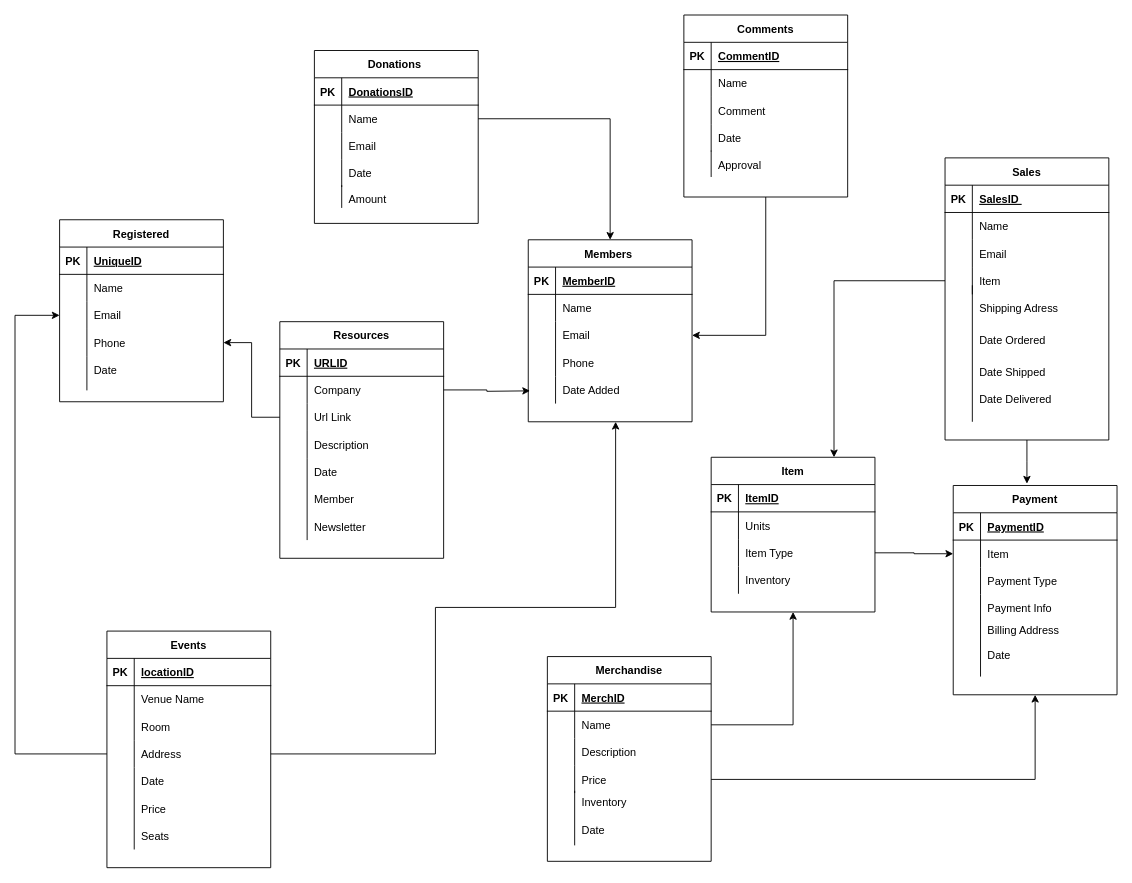
The draw.io diagram Climate Change Draft .drawio in SemharGezai/Database-, before the edit. Source tidied: cells renumbered, new cells numbered last; positions are measured from the earlier drawing's top-left corner, leaving out a move shared by most shapes. Both pictures are drawn from the tidied source at 91%, with x=0, y=0 at pixel (15, 15).
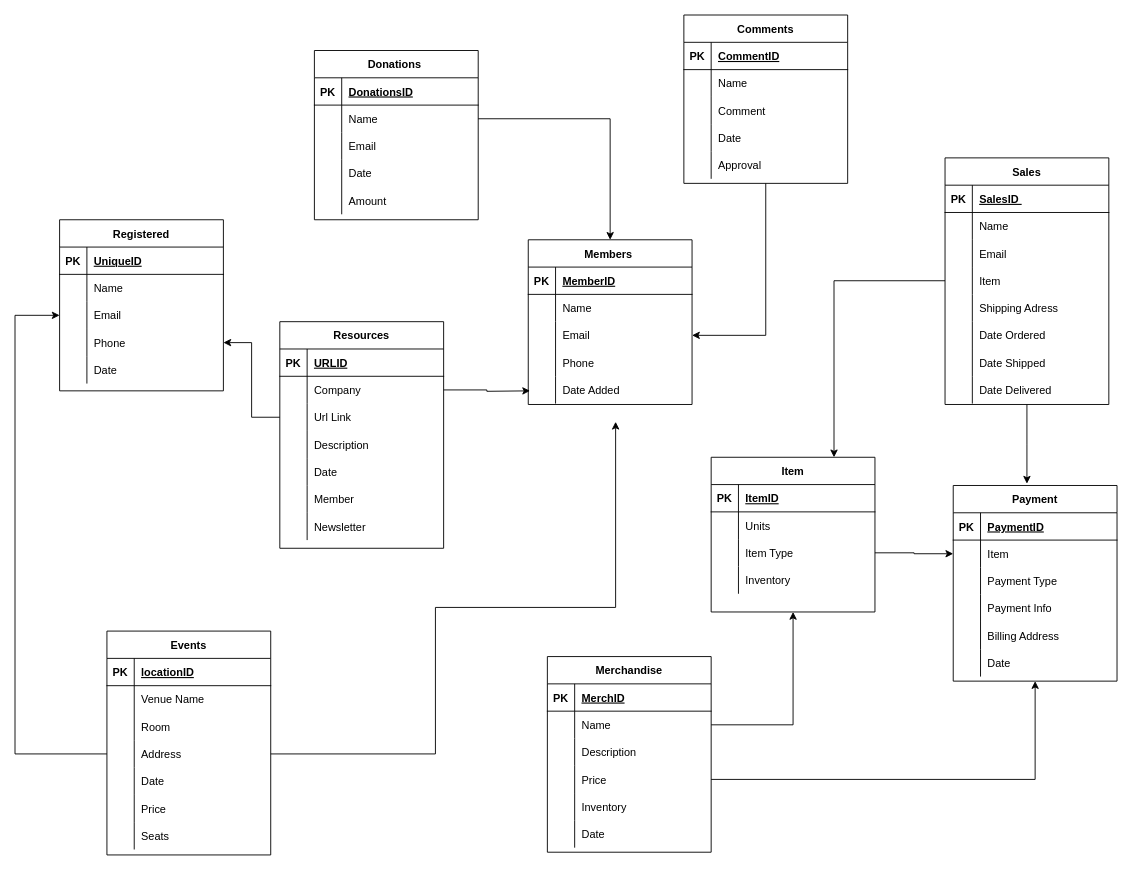
Above is the later version.

Commit message:
Use Row tool from Entity Relation palette to make Entities easier to edit/move

What changed in the source:
```diff
@@
     <mxCell id="3" value="Sales" style="shape=table;startSize=30;childLayout=tableLayout;rowLines=0;fontStyle=1;align=center;strokeWidth=1;" parent="1" vertex="1">
-      <mxGeometry x="1022" y="157" width="180" height="310" as="geometry" />
+      <mxGeometry x="1022" y="157" width="180" height="271" as="geometry" />
     </mxCell>
@@
+    <mxCell id="170" style="shape=tableRow;horizontal=0;startSize=0;swimlaneHead=0;swimlaneBody=0;fillColor=none;top=0;left=0;right=0;bottom=0;" parent="3" vertex="1">
+      <mxGeometry y="150" width="180" height="30" as="geometry" />
+    </mxCell>
+    <mxCell id="171" style="shape=partialRectangle;fillColor=none;top=0;left=0;bottom=0;right=0;overflow=hidden;" parent="170" vertex="1">
+      <mxGeometry width="30" height="30" as="geometry" />
+    </mxCell>
+    <mxCell id="143" value="Shipping Adress" style="shape=partialRectangle;fillColor=none;top=0;left=0;bottom=0;right=0;align=left;spacingLeft=6;overflow=hidden;" parent="170" vertex="1">
+      <mxGeometry x="30" width="150" height="30" as="geometry" />
+    </mxCell>
+    <mxCell id="172" style="shape=tableRow;horizontal=0;startSize=0;swimlaneHead=0;swimlaneBody=0;fillColor=none;top=0;left=0;right=0;bottom=0;" parent="3" vertex="1">
+      <mxGeometry y="180" width="180" height="30" as="geometry" />
+    </mxCell>
+    <mxCell id="173" style="shape=partialRectangle;fillColor=none;top=0;left=0;bottom=0;right=0;overflow=hidden;" parent="172" vertex="1">
+      <mxGeometry width="30" height="30" as="geometry" />
+    </mxCell>
+    <mxCell id="144" value="Date Ordered" style="shape=partialRectangle;fillColor=none;top=0;left=0;bottom=0;right=0;align=left;spacingLeft=6;overflow=hidden;" parent="172" vertex="1">
+      <mxGeometry x="30" width="150" height="30" as="geometry" />
+    </mxCell>
+    <mxCell id="174" style="shape=tableRow;horizontal=0;startSize=0;swimlaneHead=0;swimlaneBody=0;fillColor=none;top=0;left=0;right=0;bottom=0;" parent="3" vertex="1">
+      <mxGeometry y="210" width="180" height="30" as="geometry" />
+    </mxCell>
+    <mxCell id="175" style="shape=partialRectangle;fillColor=none;top=0;left=0;bottom=0;right=0;overflow=hidden;" parent="174" vertex="1">
+      <mxGeometry width="30" height="30" as="geometry" />
+    </mxCell>
+    <mxCell id="145" value="Date Shipped" style="shape=partialRectangle;fillColor=none;top=0;left=0;bottom=0;right=0;align=left;spacingLeft=6;overflow=hidden;" parent="174" vertex="1">
+      <mxGeometry x="30" width="150" height="30" as="geometry" />
+    </mxCell>
+    <mxCell id="176" style="shape=tableRow;horizontal=0;startSize=0;swimlaneHead=0;swimlaneBody=0;fillColor=none;top=0;left=0;right=0;bottom=0;" parent="3" vertex="1">
+      <mxGeometry y="240" width="180" height="30" as="geometry" />
+    </mxCell>
+    <mxCell id="177" style="shape=partialRectangle;fillColor=none;top=0;left=0;bottom=0;right=0;overflow=hidden;" parent="176" vertex="1">
+      <mxGeometry width="30" height="30" as="geometry" />
+    </mxCell>
+    <mxCell id="146" value="Date Delivered" style="shape=partialRectangle;fillColor=none;top=0;left=0;bottom=0;right=0;align=left;spacingLeft=6;overflow=hidden;" parent="176" vertex="1">
+      <mxGeometry x="30" width="150" height="30" as="geometry" />
+    </mxCell>
     <mxCell id="16" value="Members " style="shape=table;startSize=30;childLayout=tableLayout;rowLines=0;fontStyle=1;align=center;strokeWidth=1;" parent="1" vertex="1">
-      <mxGeometry x="564" y="247" width="180" height="200" as="geometry" />
+      <mxGeometry x="564" y="247" width="180" height="181" as="geometry" />
     </mxCell>
@@
+    <mxCell id="178" style="shape=tableRow;horizontal=0;startSize=0;swimlaneHead=0;swimlaneBody=0;fillColor=none;top=0;left=0;right=0;bottom=0;" parent="16" vertex="1">
+      <mxGeometry y="150" width="180" height="30" as="geometry" />
+    </mxCell>
+    <mxCell id="179" style="shape=partialRectangle;fillColor=none;top=0;left=0;bottom=0;right=0;overflow=hidden;" parent="178" vertex="1">
+      <mxGeometry width="30" height="30" as="geometry" />
+    </mxCell>
+    <mxCell id="121" value="Date Added" style="shape=partialRectangle;fillColor=none;top=0;left=0;bottom=0;right=0;align=left;spacingLeft=6;overflow=hidden;" parent="178" vertex="1">
+      <mxGeometry x="30" width="150" height="30" as="geometry" />
+    </mxCell>
     <mxCell id="29" value="Donations " style="shape=table;startSize=30;childLayout=tableLayout;rowLines=0;fontStyle=1;align=center;strokeWidth=1;" parent="1" vertex="1">
-      <mxGeometry x="329" y="39" width="180" height="190" as="geometry" />
+      <mxGeometry x="329" y="39" width="180" height="186" as="geometry" />
     </mxCell>
@@
+    <mxCell id="180" style="shape=tableRow;horizontal=0;startSize=0;swimlaneHead=0;swimlaneBody=0;fillColor=none;top=0;left=0;right=0;bottom=0;" parent="29" vertex="1">
+      <mxGeometry y="150" width="180" height="30" as="geometry" />
+    </mxCell>
+    <mxCell id="181" style="shape=partialRectangle;fillColor=none;top=0;left=0;bottom=0;right=0;overflow=hidden;" parent="180" vertex="1">
+      <mxGeometry width="30" height="30" as="geometry" />
+    </mxCell>
+    <mxCell id="122" value="Amount" style="shape=partialRectangle;fillColor=none;top=0;left=0;bottom=0;right=0;align=left;spacingLeft=6;overflow=hidden;" parent="180" vertex="1">
+      <mxGeometry x="30" width="150" height="30" as="geometry" />
+    </mxCell>
     <mxCell id="42" value="Registered" style="shape=table;startSize=30;childLayout=tableLayout;rowLines=0;fontStyle=1;align=center;strokeWidth=1;" parent="1" vertex="1">
-      <mxGeometry x="49" y="225" width="180" height="200" as="geometry" />
+      <mxGeometry x="49" y="225" width="180" height="188" as="geometry" />
     </mxCell>
@@
+    <mxCell id="182" style="shape=tableRow;horizontal=0;startSize=0;swimlaneHead=0;swimlaneBody=0;fillColor=none;top=0;left=0;right=0;bottom=0;" parent="42" vertex="1">
+      <mxGeometry y="150" width="180" height="30" as="geometry" />
+    </mxCell>
+    <mxCell id="183" style="shape=partialRectangle;fillColor=none;top=0;left=0;bottom=0;right=0;overflow=hidden;" parent="182" vertex="1">
+      <mxGeometry width="30" height="30" as="geometry" />
+    </mxCell>
+    <mxCell id="184" value="Date" style="shape=partialRectangle;fillColor=none;top=0;left=0;bottom=0;right=0;align=left;spacingLeft=6;overflow=hidden;" parent="182" vertex="1">
+      <mxGeometry x="30" width="150" height="30" as="geometry" />
+    </mxCell>
@@
     <mxCell id="56" value="Comments" style="shape=table;startSize=30;childLayout=tableLayout;rowLines=0;fontStyle=1;align=center;strokeWidth=1;" parent="1" vertex="1">
-      <mxGeometry x="735" width="180" height="200" as="geometry" />
+      <mxGeometry x="735" width="180" height="185" as="geometry" />
     </mxCell>
@@
+    <mxCell id="185" style="shape=tableRow;horizontal=0;startSize=0;swimlaneHead=0;swimlaneBody=0;fillColor=none;top=0;left=0;right=0;bottom=0;" parent="56" vertex="1">
+      <mxGeometry y="150" width="180" height="30" as="geometry" />
+    </mxCell>
+    <mxCell id="186" style="shape=partialRectangle;fillColor=none;top=0;left=0;bottom=0;right=0;overflow=hidden;" parent="185" vertex="1">
+      <mxGeometry width="30" height="30" as="geometry" />
+    </mxCell>
+    <mxCell id="124" value="Approval" style="shape=partialRectangle;fillColor=none;top=0;left=0;bottom=0;right=0;align=left;spacingLeft=6;overflow=hidden;" parent="185" vertex="1">
+      <mxGeometry x="30" width="150" height="30" as="geometry" />
+    </mxCell>
     <mxCell id="69" value="Resources" style="shape=table;startSize=30;childLayout=tableLayout;rowLines=0;fontStyle=1;align=center;strokeWidth=1;" parent="1" vertex="1">
-      <mxGeometry x="291" y="337" width="180" height="260" as="geometry" />
+      <mxGeometry x="291" y="337" width="180" height="249" as="geometry" />
     </mxCell>
@@
+    <mxCell id="187" style="shape=tableRow;horizontal=0;startSize=0;swimlaneHead=0;swimlaneBody=0;fillColor=none;top=0;left=0;right=0;bottom=0;" parent="69" vertex="1">
+      <mxGeometry y="150" width="180" height="30" as="geometry" />
+    </mxCell>
+    <mxCell id="188" style="shape=partialRectangle;fillColor=none;top=0;left=0;bottom=0;right=0;overflow=hidden;" parent="187" vertex="1">
+      <mxGeometry width="30" height="30" as="geometry" />
+    </mxCell>
+    <mxCell id="189" value="Date" style="shape=partialRectangle;fillColor=none;top=0;left=0;bottom=0;right=0;align=left;spacingLeft=6;overflow=hidden;" parent="187" vertex="1">
+      <mxGeometry x="30" width="150" height="30" as="geometry" />
+    </mxCell>
+    <mxCell id="190" style="shape=tableRow;horizontal=0;startSize=0;swimlaneHead=0;swimlaneBody=0;fillColor=none;top=0;left=0;right=0;bottom=0;" parent="69" vertex="1">
+      <mxGeometry y="180" width="180" height="30" as="geometry" />
+    </mxCell>
+    <mxCell id="191" style="shape=partialRectangle;fillColor=none;top=0;left=0;bottom=0;right=0;overflow=hidden;" parent="190" vertex="1">
+      <mxGeometry width="30" height="30" as="geometry" />
+    </mxCell>
+    <mxCell id="141" value="Member" style="shape=partialRectangle;fillColor=none;top=0;left=0;bottom=0;right=0;align=left;spacingLeft=6;overflow=hidden;" parent="190" vertex="1">
+      <mxGeometry x="30" width="150" height="30" as="geometry" />
+    </mxCell>
+    <mxCell id="192" style="shape=tableRow;horizontal=0;startSize=0;swimlaneHead=0;swimlaneBody=0;fillColor=none;top=0;left=0;right=0;bottom=0;" parent="69" vertex="1">
+      <mxGeometry y="210" width="180" height="30" as="geometry" />
+    </mxCell>
+    <mxCell id="193" style="shape=partialRectangle;fillColor=none;top=0;left=0;bottom=0;right=0;overflow=hidden;" parent="192" vertex="1">
+      <mxGeometry width="30" height="30" as="geometry" />
+    </mxCell>
+    <mxCell id="142" value="Newsletter" style="shape=partialRectangle;fillColor=none;top=0;left=0;bottom=0;right=0;align=left;spacingLeft=6;overflow=hidden;" parent="192" vertex="1">
+      <mxGeometry x="30" width="150" height="30" as="geometry" />
+    </mxCell>
     <mxCell id="82" value="Events" style="shape=table;startSize=30;childLayout=tableLayout;rowLines=0;fontStyle=1;align=center;strokeWidth=1;" parent="1" vertex="1">
-      <mxGeometry x="101" y="677" width="180" height="260" as="geometry" />
+      <mxGeometry x="101" y="677" width="180" height="246" as="geometry" />
     </mxCell>
@@
+    <mxCell id="194" style="shape=tableRow;horizontal=0;startSize=0;swimlaneHead=0;swimlaneBody=0;fillColor=none;top=0;left=0;right=0;bottom=0;" parent="82" vertex="1">
+      <mxGeometry y="150" width="180" height="30" as="geometry" />
+    </mxCell>
+    <mxCell id="195" style="shape=partialRectangle;fillColor=none;top=0;left=0;bottom=0;right=0;overflow=hidden;" parent="194" vertex="1">
+      <mxGeometry width="30" height="30" as="geometry" />
+    </mxCell>
+    <mxCell id="196" value="Date" style="shape=partialRectangle;fillColor=none;top=0;left=0;bottom=0;right=0;align=left;spacingLeft=6;overflow=hidden;" parent="194" vertex="1">
+      <mxGeometry x="30" width="150" height="30" as="geometry" />
+    </mxCell>
+    <mxCell id="197" style="shape=tableRow;horizontal=0;startSize=0;swimlaneHead=0;swimlaneBody=0;fillColor=none;top=0;left=0;right=0;bottom=0;" parent="82" vertex="1">
+      <mxGeometry y="180" width="180" height="30" as="geometry" />
+    </mxCell>
+    <mxCell id="198" style="shape=partialRectangle;fillColor=none;top=0;left=0;bottom=0;right=0;overflow=hidden;" parent="197" vertex="1">
+      <mxGeometry width="30" height="30" as="geometry" />
+    </mxCell>
+    <mxCell id="148" value="Price" style="shape=partialRectangle;fillColor=none;top=0;left=0;bottom=0;right=0;align=left;spacingLeft=6;overflow=hidden;" parent="197" vertex="1">
+      <mxGeometry x="30" width="150" height="30" as="geometry" />
+    </mxCell>
+    <mxCell id="199" style="shape=tableRow;horizontal=0;startSize=0;swimlaneHead=0;swimlaneBody=0;fillColor=none;top=0;left=0;right=0;bottom=0;" parent="82" vertex="1">
+      <mxGeometry y="210" width="180" height="30" as="geometry" />
+    </mxCell>
+    <mxCell id="200" style="shape=partialRectangle;fillColor=none;top=0;left=0;bottom=0;right=0;overflow=hidden;" parent="199" vertex="1">
+      <mxGeometry width="30" height="30" as="geometry" />
+    </mxCell>
+    <mxCell id="149" value="Seats" style="shape=partialRectangle;fillColor=none;top=0;left=0;bottom=0;right=0;align=left;spacingLeft=6;overflow=hidden;" parent="199" vertex="1">
+      <mxGeometry x="30" width="150" height="30" as="geometry" />
+    </mxCell>
     <mxCell id="95" value="Merchandise" style="shape=table;startSize=30;childLayout=tableLayout;rowLines=0;fontStyle=1;align=center;strokeWidth=1;" parent="1" vertex="1">
-      <mxGeometry x="585" y="705" width="180" height="225" as="geometry" />
+      <mxGeometry x="585" y="705" width="180" height="215" as="geometry" />
     </mxCell>
@@
+    <mxCell id="201" style="shape=tableRow;horizontal=0;startSize=0;swimlaneHead=0;swimlaneBody=0;fillColor=none;top=0;left=0;right=0;bottom=0;" parent="95" vertex="1">
+      <mxGeometry y="150" width="180" height="30" as="geometry" />
+    </mxCell>
+    <mxCell id="202" style="shape=partialRectangle;fillColor=none;top=0;left=0;bottom=0;right=0;overflow=hidden;" parent="201" vertex="1">
+      <mxGeometry width="30" height="30" as="geometry" />
+    </mxCell>
+    <mxCell id="150" value="Inventory" style="shape=partialRectangle;fillColor=none;top=0;left=0;bottom=0;right=0;align=left;spacingLeft=6;overflow=hidden;" parent="201" vertex="1">
+      <mxGeometry x="30" width="150" height="30" as="geometry" />
+    </mxCell>
+    <mxCell id="203" style="shape=tableRow;horizontal=0;startSize=0;swimlaneHead=0;swimlaneBody=0;fillColor=none;top=0;left=0;right=0;bottom=0;" parent="95" vertex="1">
+      <mxGeometry y="180" width="180" height="30" as="geometry" />
+    </mxCell>
+    <mxCell id="204" style="shape=partialRectangle;fillColor=none;top=0;left=0;bottom=0;right=0;overflow=hidden;" parent="203" vertex="1">
+      <mxGeometry width="30" height="30" as="geometry" />
+    </mxCell>
+    <mxCell id="205" value="Date" style="shape=partialRectangle;fillColor=none;top=0;left=0;bottom=0;right=0;align=left;spacingLeft=6;overflow=hidden;" parent="203" vertex="1">
+      <mxGeometry x="30" width="150" height="30" as="geometry" />
+    </mxCell>
@@
-    <mxCell id="121" value="Date Added" style="shape=partialRectangle;fillColor=none;top=0;left=0;bottom=0;right=0;align=left;spacingLeft=6;overflow=hidden;strokeWidth=1;" parent="1" vertex="1">
-      <mxGeometry x="594" y="397" width="150" height="30" as="geometry" />
-    </mxCell>
-    <mxCell id="122" value="Amount" style="shape=partialRectangle;fillColor=none;top=0;left=0;bottom=0;right=0;align=left;spacingLeft=6;overflow=hidden;strokeWidth=1;" parent="1" vertex="1">
-      <mxGeometry x="359" y="187" width="150" height="30" as="geometry" />
-    </mxCell>
-    <mxCell id="123" value="Date" style="shape=partialRectangle;fillColor=none;top=0;left=0;bottom=0;right=0;align=left;spacingLeft=6;overflow=hidden;strokeWidth=1;" parent="1" vertex="1">
-      <mxGeometry x="79" y="375" width="150" height="30" as="geometry" />
-    </mxCell>
-    <mxCell id="124" value="Approval" style="shape=partialRectangle;fillColor=none;top=0;left=0;bottom=0;right=0;align=left;spacingLeft=6;overflow=hidden;strokeWidth=1;" parent="1" vertex="1">
-      <mxGeometry x="765" y="150" width="150" height="30" as="geometry" />
-    </mxCell>
     <mxCell id="125" value="Payment" style="shape=table;startSize=30;childLayout=tableLayout;rowLines=0;fontStyle=1;align=center;strokeWidth=1;" parent="1" vertex="1">
-      <mxGeometry x="1031" y="517" width="180" height="230" as="geometry" />
+      <mxGeometry x="1031" y="517" width="180" height="215" as="geometry" />
     </mxCell>
@@
-    <mxCell id="138" value="Date" style="shape=partialRectangle;fillColor=none;top=0;left=0;bottom=0;right=0;align=left;spacingLeft=6;overflow=hidden;strokeWidth=1;" parent="1" vertex="1">
-      <mxGeometry x="1061" y="688" width="150" height="30" as="geometry" />
-    </mxCell>
+    <mxCell id="206" style="shape=tableRow;horizontal=0;startSize=0;swimlaneHead=0;swimlaneBody=0;fillColor=none;top=0;left=0;right=0;bottom=0;" parent="125" vertex="1">
+      <mxGeometry y="150" width="180" height="30" as="geometry" />
+    </mxCell>
+    <mxCell id="207" style="shape=partialRectangle;fillColor=none;top=0;left=0;bottom=0;right=0;overflow=hidden;" parent="206" vertex="1">
+      <mxGeometry width="30" height="30" as="geometry" />
+    </mxCell>
-    <mxCell id="139" value="Billing Address" style="shape=partialRectangle;fillColor=none;top=0;left=0;bottom=0;right=0;align=left;spacingLeft=6;overflow=hidden;strokeWidth=1;" parent="1" vertex="1">
-      <mxGeometry x="1061" y="661" width="150" height="30" as="geometry" />
+    <mxCell id="139" value="Billing Address" style="shape=partialRectangle;fillColor=none;top=0;left=0;bottom=0;right=0;align=left;spacingLeft=6;overflow=hidden;" parent="206" vertex="1">
+      <mxGeometry x="30" width="150" height="30" as="geometry" />
     </mxCell>
-    <mxCell id="140" value="Date" style="shape=partialRectangle;fillColor=none;top=0;left=0;bottom=0;right=0;align=left;spacingLeft=6;overflow=hidden;strokeWidth=1;" parent="1" vertex="1">
-      <mxGeometry x="321" y="487" width="150" height="30" as="geometry" />
-    </mxCell>
-    <mxCell id="141" value="Member" style="shape=partialRectangle;fillColor=none;top=0;left=0;bottom=0;right=0;align=left;spacingLeft=6;overflow=hidden;strokeWidth=1;" parent="1" vertex="1">
-      <mxGeometry x="321" y="517" width="150" height="30" as="geometry" />
-    </mxCell>
-    <mxCell id="142" value="Newsletter" style="shape=partialRectangle;fillColor=none;top=0;left=0;bottom=0;right=0;align=left;spacingLeft=6;overflow=hidden;strokeWidth=1;" parent="1" vertex="1">
-      <mxGeometry x="321" y="547" width="150" height="30" as="geometry" />
-    </mxCell>
-    <mxCell id="143" value="Shipping Adress" style="shape=partialRectangle;fillColor=none;top=0;left=0;bottom=0;right=0;align=left;spacingLeft=6;overflow=hidden;strokeWidth=1;" parent="1" vertex="1">
-      <mxGeometry x="1052" y="307" width="150" height="30" as="geometry" />
-    </mxCell>
-    <mxCell id="144" value="Date Ordered" style="shape=partialRectangle;fillColor=none;top=0;left=0;bottom=0;right=0;align=left;spacingLeft=6;overflow=hidden;strokeWidth=1;" parent="1" vertex="1">
-      <mxGeometry x="1052" y="342" width="150" height="30" as="geometry" />
-    </mxCell>
-    <mxCell id="145" value="Date Shipped" style="shape=partialRectangle;fillColor=none;top=0;left=0;bottom=0;right=0;align=left;spacingLeft=6;overflow=hidden;strokeWidth=1;" parent="1" vertex="1">
-      <mxGeometry x="1052" y="377" width="150" height="30" as="geometry" />
-    </mxCell>
-    <mxCell id="146" value="Date Delivered" style="shape=partialRectangle;fillColor=none;top=0;left=0;bottom=0;right=0;align=left;spacingLeft=6;overflow=hidden;strokeWidth=1;" parent="1" vertex="1">
-      <mxGeometry x="1052" y="407" width="150" height="30" as="geometry" />
-    </mxCell>
-    <mxCell id="147" value="Date" style="shape=partialRectangle;fillColor=none;top=0;left=0;bottom=0;right=0;align=left;spacingLeft=6;overflow=hidden;strokeWidth=1;" parent="1" vertex="1">
-      <mxGeometry x="131" y="827" width="150" height="30" as="geometry" />
-    </mxCell>
-    <mxCell id="148" value="Price" style="shape=partialRectangle;fillColor=none;top=0;left=0;bottom=0;right=0;align=left;spacingLeft=6;overflow=hidden;strokeWidth=1;" parent="1" vertex="1">
-      <mxGeometry x="131" y="857" width="150" height="30" as="geometry" />
-    </mxCell>
-    <mxCell id="149" value="Seats" style="shape=partialRectangle;fillColor=none;top=0;left=0;bottom=0;right=0;align=left;spacingLeft=6;overflow=hidden;strokeWidth=1;" parent="1" vertex="1">
-      <mxGeometry x="131" y="887" width="150" height="30" as="geometry" />
-    </mxCell>
-    <mxCell id="150" value="Inventory" style="shape=partialRectangle;fillColor=none;top=0;left=0;bottom=0;right=0;align=left;spacingLeft=6;overflow=hidden;strokeWidth=1;" parent="1" vertex="1">
-      <mxGeometry x="615" y="850" width="150" height="30" as="geometry" />
-    </mxCell>
-    <mxCell id="151" value="Date" style="shape=partialRectangle;fillColor=none;top=0;left=0;bottom=0;right=0;align=left;spacingLeft=6;overflow=hidden;strokeWidth=1;" parent="1" vertex="1">
-      <mxGeometry x="615" y="880" width="150" height="30" as="geometry" />
-    </mxCell>
-    <mxCell id="152" style="endArrow=none;html=1;rounded=0;" parent="1" edge="1">
-      <mxGeometry relative="1" as="geometry">
-        <mxPoint x="1052" y="447" as="sourcePoint" />
-        <mxPoint x="1052" y="297" as="targetPoint" />
-      </mxGeometry>
-    </mxCell>
-    <mxCell id="153" style="endArrow=none;html=1;rounded=0;" parent="1" edge="1">
-      <mxGeometry relative="1" as="geometry">
-        <mxPoint x="594" y="427" as="sourcePoint" />
-        <mxPoint x="594" y="397" as="targetPoint" />
-      </mxGeometry>
-    </mxCell>
-    <mxCell id="154" style="endArrow=none;html=1;rounded=0;" parent="1" edge="1">
-      <mxGeometry relative="1" as="geometry">
-        <mxPoint x="615" y="912.5" as="sourcePoint" />
-        <mxPoint x="615" y="852.5" as="targetPoint" />
-      </mxGeometry>
-    </mxCell>
-    <mxCell id="155" style="endArrow=none;html=1;rounded=0;" parent="1" edge="1">
-      <mxGeometry relative="1" as="geometry">
-        <mxPoint x="321" y="577" as="sourcePoint" />
-        <mxPoint x="321" y="487" as="targetPoint" />
-      </mxGeometry>
-    </mxCell>
-    <mxCell id="156" style="endArrow=none;html=1;rounded=0;" parent="1" edge="1">
-      <mxGeometry relative="1" as="geometry">
-        <mxPoint x="765" y="178" as="sourcePoint" />
-        <mxPoint x="765" y="149" as="targetPoint" />
-      </mxGeometry>
-    </mxCell>
-    <mxCell id="157" style="endArrow=none;html=1;rounded=0;" parent="1" edge="1">
-      <mxGeometry relative="1" as="geometry">
-        <mxPoint x="1061" y="727" as="sourcePoint" />
-        <mxPoint x="1061" y="667" as="targetPoint" />
-      </mxGeometry>
-    </mxCell>
-    <mxCell id="158" style="endArrow=none;html=1;rounded=0;" parent="1" edge="1">
-      <mxGeometry relative="1" as="geometry">
-        <mxPoint x="131" y="917" as="sourcePoint" />
-        <mxPoint x="131" y="827" as="targetPoint" />
-      </mxGeometry>
-    </mxCell>
-    <mxCell id="159" style="endArrow=none;html=1;rounded=0;" parent="1" edge="1">
-      <mxGeometry relative="1" as="geometry">
-        <mxPoint x="359" y="212" as="sourcePoint" />
-        <mxPoint x="359" y="187" as="targetPoint" />
-      </mxGeometry>
-    </mxCell>
-    <mxCell id="160" style="endArrow=none;html=1;rounded=0;" parent="1" edge="1">
-      <mxGeometry relative="1" as="geometry">
-        <mxPoint x="79" y="412.5" as="sourcePoint" />
-        <mxPoint x="79" y="375" as="targetPoint" />
-      </mxGeometry>
-    </mxCell>
+    <mxCell id="208" style="shape=tableRow;horizontal=0;startSize=0;swimlaneHead=0;swimlaneBody=0;fillColor=none;top=0;left=0;right=0;bottom=0;" parent="125" vertex="1">
+      <mxGeometry y="180" width="180" height="30" as="geometry" />
+    </mxCell>
+    <mxCell id="209" style="shape=partialRectangle;fillColor=none;top=0;left=0;bottom=0;right=0;overflow=hidden;" parent="208" vertex="1">
+      <mxGeometry width="30" height="30" as="geometry" />
+    </mxCell>
+    <mxCell id="210" value="Date" style="shape=partialRectangle;fillColor=none;top=0;left=0;bottom=0;right=0;align=left;spacingLeft=6;overflow=hidden;" parent="208" vertex="1">
+      <mxGeometry x="30" width="150" height="30" as="geometry" />
+    </mxCell>
```
